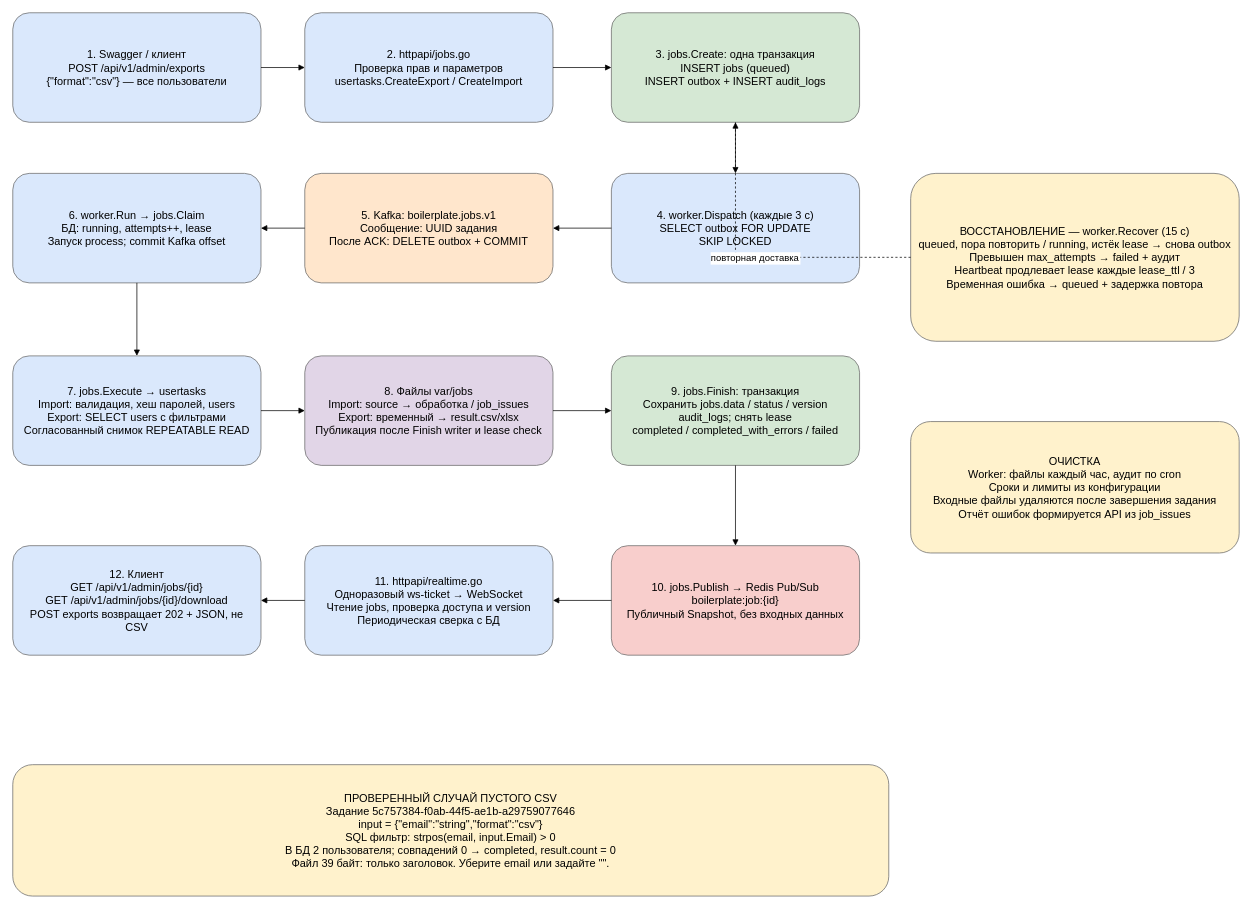
This is page "2. Задания — от запроса до скачивания" (2 of 3) of docs/processes.drawio from baibakovkir/go-boilerplate, a draw.io file, before an edit. Source tidied: cells renumbered, new cells numbered last; positions are measured from the earlier drawing's top-left corner, leaving out a move shared by most shapes. Both pictures are drawn from the tidied source at 73%, with x=0, y=0 at pixel (12, 12).
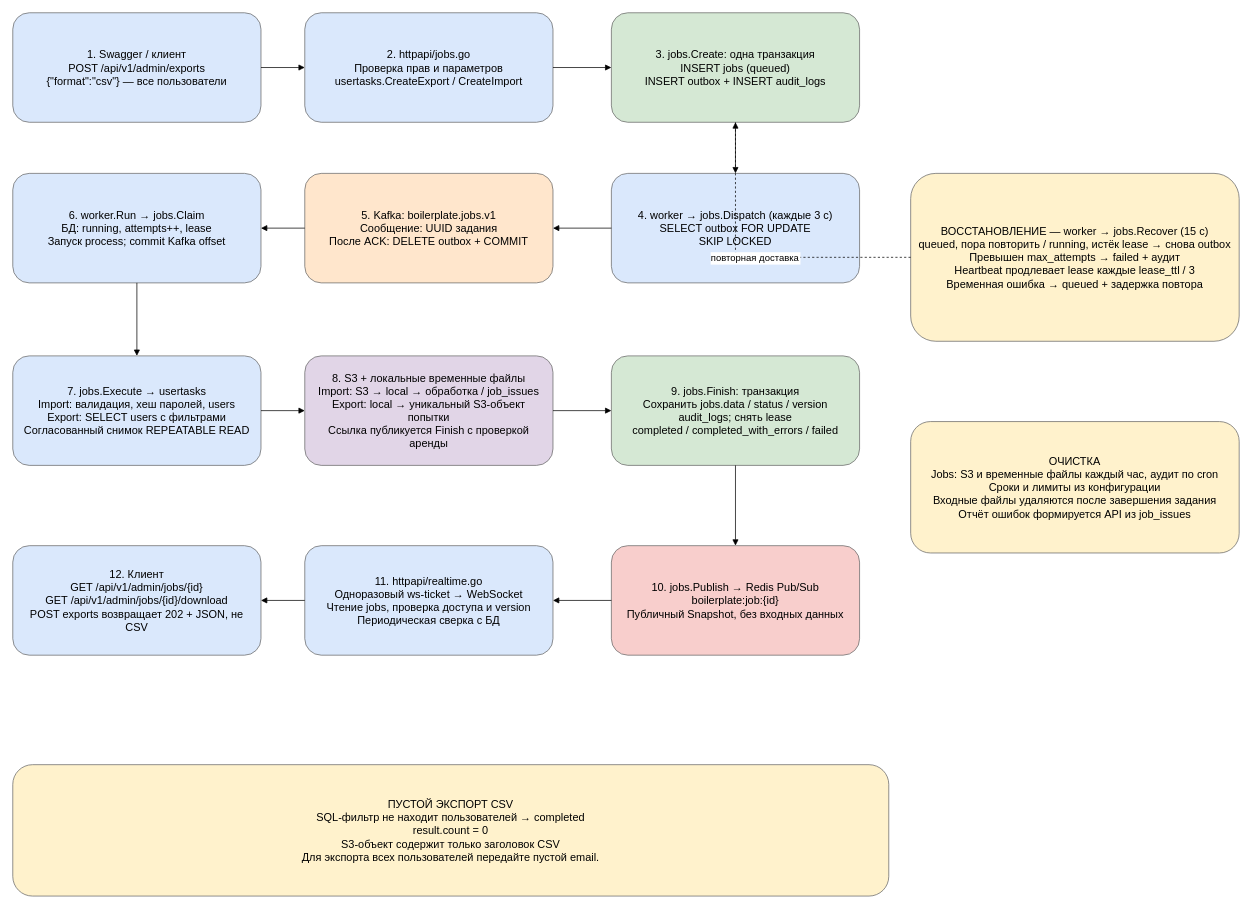
Above is the later version.

Commit message (it also covers changes not shown here):
docs: describe deployed architecture and remove completed planning documents

What changed in the source:
```diff
@@
-    <mxCell id="5" value="4. worker.Dispatch (каждые 3 с)&#10;SELECT outbox FOR UPDATE&#10;SKIP LOCKED" style="rounded=1;whiteSpace=wrap;html=0;fillColor=#dae8fc;strokeColor=#666666;fontSize=15;spacing=12;" parent="1" vertex="1">
+    <mxCell id="5" value="4. worker → jobs.Dispatch (каждые 3 с)&#10;SELECT outbox FOR UPDATE&#10;SKIP LOCKED" style="rounded=1;whiteSpace=wrap;html=0;fillColor=#dae8fc;strokeColor=#666666;fontSize=15;spacing=12;" parent="1" vertex="1">
       <mxGeometry x="820" y="220" width="340" height="150" as="geometry" />
     </mxCell>
@@
-    <mxCell id="9" value="8. Файлы var/jobs&#10;Import: source → обработка / job_issues&#10;Export: временный → result.csv/xlsx&#10;Публикация после Finish writer и lease check" style="rounded=1;whiteSpace=wrap;html=0;fillColor=#e1d5e7;strokeColor=#666666;fontSize=15;spacing=12;" parent="1" vertex="1">
+    <mxCell id="9" value="8. S3 + локальные временные файлы&#10;Import: S3 → local → обработка / job_issues&#10;Export: local → уникальный S3-объект попытки&#10;Ссылка публикуется Finish с проверкой аренды" style="rounded=1;whiteSpace=wrap;html=0;fillColor=#e1d5e7;strokeColor=#666666;fontSize=15;spacing=12;" parent="1" vertex="1">
       <mxGeometry x="400" y="470" width="340" height="150" as="geometry" />
     </mxCell>
@@
-    <mxCell id="25" value="ВОССТАНОВЛЕНИЕ — worker.Recover (15 с)&#10;queued, пора повторить / running, истёк lease → снова outbox&#10;Превышен max_attempts → failed + аудит&#10;Heartbeat продлевает lease каждые lease_ttl / 3&#10;Временная ошибка → queued + задержка повтора" style="rounded=1;whiteSpace=wrap;html=0;fillColor=#fff2cc;strokeColor=#666666;fontSize=15;spacing=12;" parent="1" vertex="1">
+    <mxCell id="25" value="ВОССТАНОВЛЕНИЕ — worker → jobs.Recover (15 с)&#10;queued, пора повторить / running, истёк lease → снова outbox&#10;Превышен max_attempts → failed + аудит&#10;Heartbeat продлевает lease каждые lease_ttl / 3&#10;Временная ошибка → queued + задержка повтора" style="rounded=1;whiteSpace=wrap;html=0;fillColor=#fff2cc;strokeColor=#666666;fontSize=15;spacing=12;" parent="1" vertex="1">
       <mxGeometry x="1230" y="220" width="450" height="230" as="geometry" />
     </mxCell>
@@
-    <mxCell id="27" value="ОЧИСТКА&#10;Worker: файлы каждый час, аудит по cron&#10;Сроки и лимиты из конфигурации&#10;Входные файлы удаляются после завершения задания&#10;Отчёт ошибок формируется API из job_issues" style="rounded=1;whiteSpace=wrap;html=0;fillColor=#fff2cc;strokeColor=#666666;fontSize=15;spacing=12;" parent="1" vertex="1">
+    <mxCell id="27" value="ОЧИСТКА&#10;Jobs: S3 и временные файлы каждый час, аудит по cron&#10;Сроки и лимиты из конфигурации&#10;Входные файлы удаляются после завершения задания&#10;Отчёт ошибок формируется API из job_issues" style="rounded=1;whiteSpace=wrap;html=0;fillColor=#fff2cc;strokeColor=#666666;fontSize=15;spacing=12;" parent="1" vertex="1">
       <mxGeometry x="1230" y="560" width="450" height="180" as="geometry" />
     </mxCell>
-    <mxCell id="28" value="ПРОВЕРЕННЫЙ СЛУЧАЙ ПУСТОГО CSV&#10;Задание 5c757384-f0ab-44f5-ae1b-a29759077646&#10;input = {&quot;email&quot;:&quot;string&quot;,&quot;format&quot;:&quot;csv&quot;}&#10;SQL фильтр: strpos(email, input.Email) &gt; 0&#10;В БД 2 пользователя; совпадений 0 → completed, result.count = 0&#10;Файл 39 байт: только заголовок. Уберите email или задайте &quot;&quot;." style="rounded=1;whiteSpace=wrap;html=0;fillColor=#fff2cc;strokeColor=#666666;fontSize=15;spacing=12;" parent="1" vertex="1">
+    <mxCell id="28" value="ПУСТОЙ ЭКСПОРТ CSV&#10;SQL-фильтр не находит пользователей → completed&#10;result.count = 0&#10;S3-объект содержит только заголовок CSV&#10;Для экспорта всех пользователей передайте пустой email." style="rounded=1;whiteSpace=wrap;html=0;fillColor=#fff2cc;strokeColor=#666666;fontSize=15;spacing=12;" parent="1" vertex="1">
       <mxGeometry y="1030" width="1200" height="180" as="geometry" />
     </mxCell>
```
